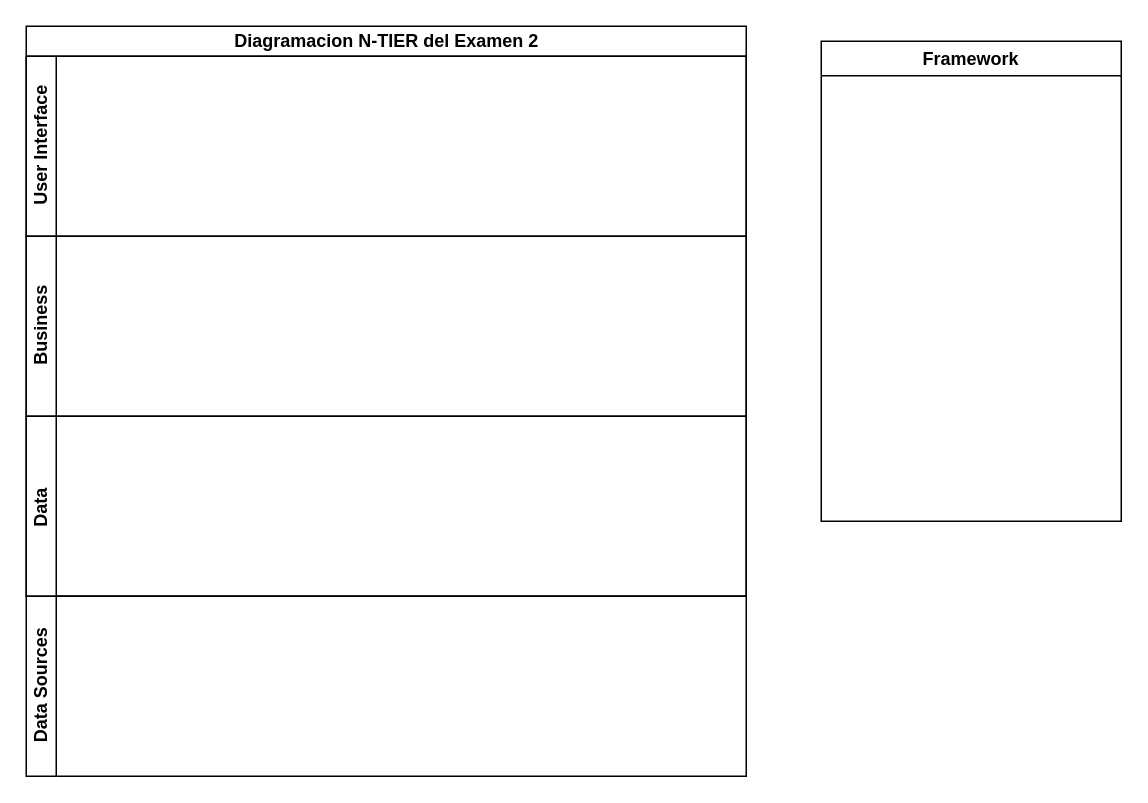
sebastianguerra01/sebastian.guerra01-epn.edu.ec keeps this draw.io diagram as resources/diagrams/diagramaN_TIER.drawio. Above is the earlier version. Source tidied: cells renumbered, new cells numbered last; positions are measured from the earlier drawing's top-left corner, leaving out a move shared by most shapes. Both pictures are drawn from the tidied source at 150%, with x=0, y=0 at pixel (26, 26).
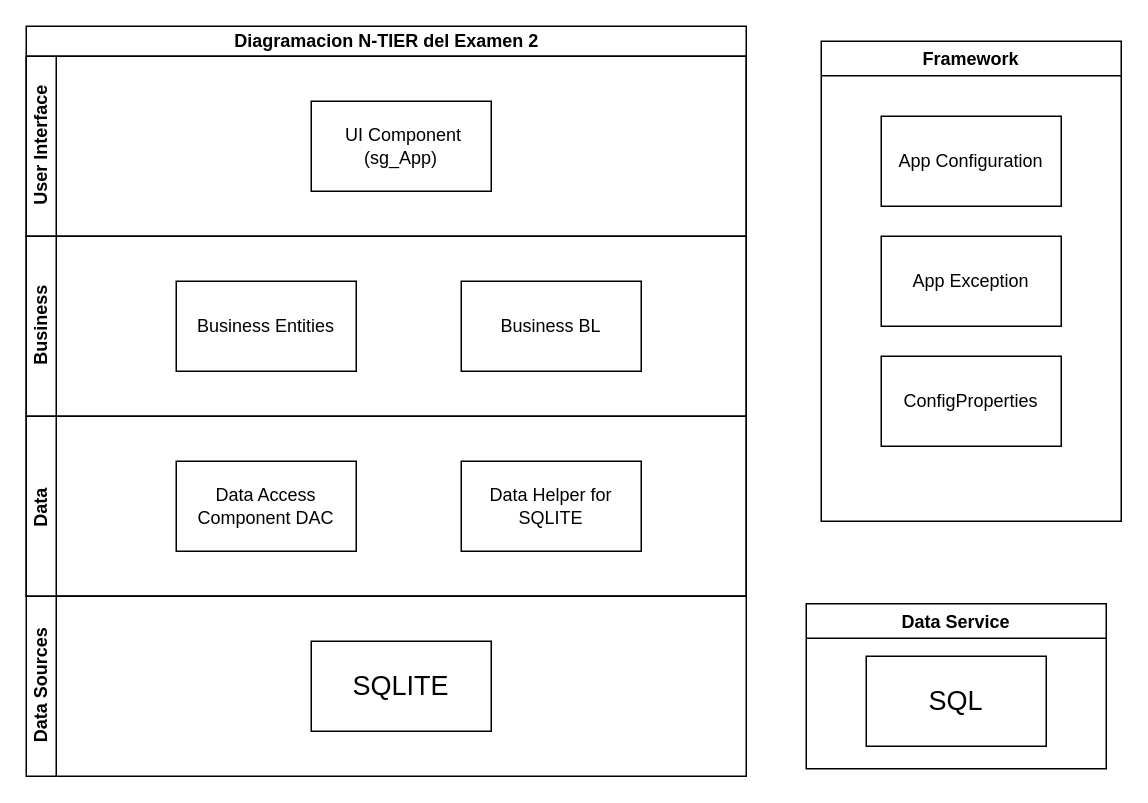
Above is the later version.

What changed in the source:
```diff
@@
 <mxGraphModel>
   <root>
     <mxCell id="0" />
     <mxCell id="1" parent="0" />
     <mxCell id="2" value="Diagramacion N-TIER del Examen 2" style="swimlane;horizontal=1;startSize=20;html=1;" parent="1" vertex="1">
       <mxGeometry width="480" height="380" as="geometry" />
     </mxCell>
     <mxCell id="3" value="User Interface" style="swimlane;startSize=20;horizontal=0;html=1;" parent="2" vertex="1">
       <mxGeometry y="20" width="480" height="120" as="geometry" />
     </mxCell>
+    <mxCell id="8" value="&amp;nbsp;UI Component (sg_App)" style="whiteSpace=wrap;html=1;" parent="3" vertex="1">
+      <mxGeometry x="190" y="30" width="120" height="60" as="geometry" />
+    </mxCell>
     <mxCell id="4" value="Business" style="swimlane;startSize=20;horizontal=0;html=1;" parent="2" vertex="1">
       <mxGeometry y="140" width="480" height="120" as="geometry" />
     </mxCell>
+    <mxCell id="9" value="Business Entities" style="whiteSpace=wrap;html=1;" parent="4" vertex="1">
+      <mxGeometry x="100" y="30" width="120" height="60" as="geometry" />
+    </mxCell>
+    <mxCell id="10" value="Business BL" style="whiteSpace=wrap;html=1;" parent="4" vertex="1">
+      <mxGeometry x="290" y="30" width="120" height="60" as="geometry" />
+    </mxCell>
     <mxCell id="5" value="Data&amp;nbsp;" style="swimlane;startSize=20;horizontal=0;html=1;" parent="2" vertex="1">
       <mxGeometry y="260" width="480" height="120" as="geometry" />
     </mxCell>
+    <mxCell id="11" value="Data Access Component DAC" style="whiteSpace=wrap;html=1;" parent="5" vertex="1">
+      <mxGeometry x="100" y="30" width="120" height="60" as="geometry" />
+    </mxCell>
+    <mxCell id="12" value="Data Helper for SQLITE" style="whiteSpace=wrap;html=1;" parent="5" vertex="1">
+      <mxGeometry x="290" y="30" width="120" height="60" as="geometry" />
+    </mxCell>
     <mxCell id="6" value="Data Sources" style="swimlane;startSize=20;horizontal=0;html=1;" parent="1" vertex="1">
       <mxGeometry y="380" width="480" height="120" as="geometry" />
     </mxCell>
+    <mxCell id="13" value="&lt;font style=&quot;font-size: 18px;&quot;&gt;SQLITE&lt;/font&gt;" style="whiteSpace=wrap;html=1;" parent="6" vertex="1">
+      <mxGeometry x="190" y="30" width="120" height="60" as="geometry" />
+    </mxCell>
     <mxCell id="7" value="Framework" style="swimlane;" parent="1" vertex="1">
       <mxGeometry x="530" y="10" width="200" height="320" as="geometry" />
     </mxCell>
+    <mxCell id="14" value="App Configuration" style="whiteSpace=wrap;html=1;" parent="7" vertex="1">
+      <mxGeometry x="40" y="50" width="120" height="60" as="geometry" />
+    </mxCell>
+    <mxCell id="15" value="ConfigProperties" style="whiteSpace=wrap;html=1;" parent="7" vertex="1">
+      <mxGeometry x="40" y="210" width="120" height="60" as="geometry" />
+    </mxCell>
+    <mxCell id="16" value="App Exception" style="whiteSpace=wrap;html=1;" parent="7" vertex="1">
+      <mxGeometry x="40" y="130" width="120" height="60" as="geometry" />
+    </mxCell>
+    <mxCell id="17" value="Data Service" style="swimlane;" parent="1" vertex="1">
+      <mxGeometry x="520" y="385" width="200" height="110" as="geometry" />
+    </mxCell>
+    <mxCell id="18" value="SQL" style="whiteSpace=wrap;html=1;fontSize=18;" parent="17" vertex="1">
+      <mxGeometry x="40" y="35" width="120" height="60" as="geometry" />
+    </mxCell>
   </root>
 </mxGraphModel>
```
